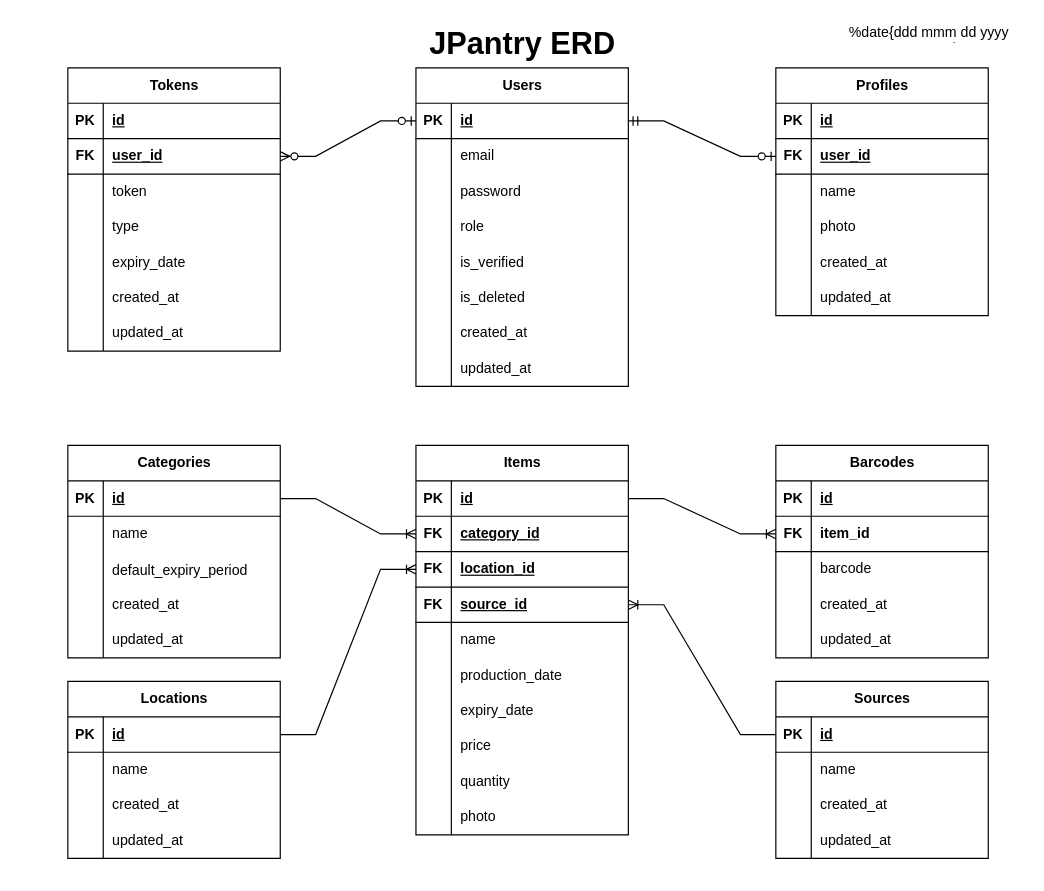
Before: docs/ERD.drawio in falansari/JPantry, a draw.io diagram. Source tidied: cells renumbered, new cells numbered last; positions are measured from the earlier drawing's top-left corner, leaving out a move shared by most shapes. Both pictures are drawn from the tidied source at 118%, with x=0, y=0 at pixel (20, 20).
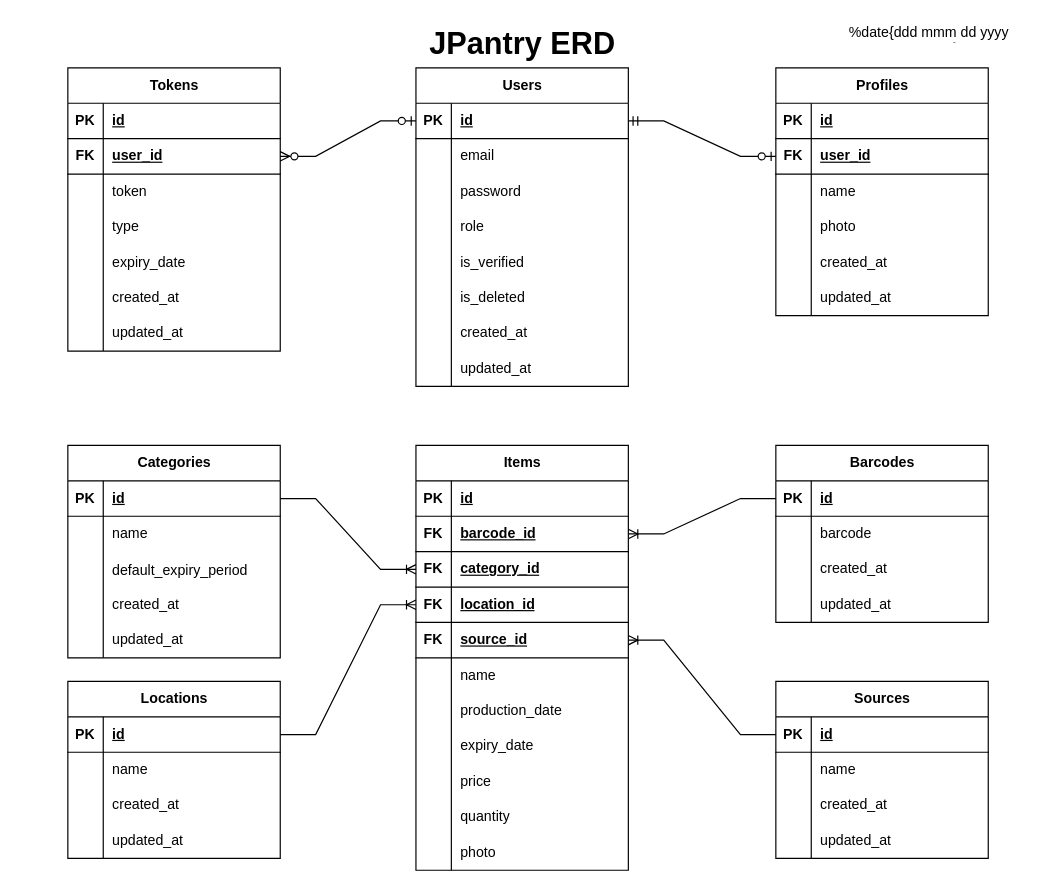
The same page after the edit.

Commit message (it also covers changes not shown here):
Created barcode model #8

Change to the diagram source:
```diff
@@
-    <mxCell id="102" value="Barcodes" style="shape=table;startSize=30;childLayout=tableLayout;rowLines=0;fontStyle=1;align=center;html=1;" parent="1" vertex="1">
-      <mxGeometry x="640" y="360" width="180" height="180" as="geometry" />
-    </mxCell>
-    <mxCell id="103" style="shape=tableRow;horizontal=0;startSize=0;swimlaneHead=0;swimlaneBody=0;fillColor=none;top=0;left=0;right=0;bottom=1;" parent="102" vertex="1">
-      <mxGeometry y="30" width="180" height="30" as="geometry" />
-    </mxCell>
-    <mxCell id="104" value="PK" style="shape=partialRectangle;fillColor=none;top=0;left=0;bottom=0;right=0;fontStyle=1;overflow=hidden;whiteSpace=wrap;html=1;" parent="103" vertex="1">
-      <mxGeometry width="30" height="30" as="geometry" />
-    </mxCell>
-    <mxCell id="105" value="id" style="shape=partialRectangle;fillColor=none;top=0;left=0;bottom=0;right=0;align=left;spacingLeft=6;fontStyle=5;overflow=hidden;whiteSpace=wrap;html=1;" parent="103" vertex="1">
-      <mxGeometry x="30" width="150" height="30" as="geometry" />
-    </mxCell>
-    <mxCell id="106" style="shape=tableRow;horizontal=0;startSize=0;swimlaneHead=0;swimlaneBody=0;fillColor=none;points=[[0,0.5],[1,0.5]];portConstraint=eastwest;top=0;left=0;right=0;bottom=0;" parent="102" vertex="1">
-      <mxGeometry y="60" width="180" height="30" as="geometry" />
-    </mxCell>
-    <mxCell id="107" value="FK" style="shape=partialRectangle;fillColor=none;top=0;left=0;bottom=1;right=0;fontStyle=1;overflow=hidden;whiteSpace=wrap;html=1;" parent="106" vertex="1">
-      <mxGeometry width="30" height="30" as="geometry" />
-    </mxCell>
-    <mxCell id="108" value="item_id" style="shape=partialRectangle;fillColor=none;top=0;left=0;bottom=1;right=0;align=left;spacingLeft=6;fontStyle=1;overflow=hidden;whiteSpace=wrap;html=1;" parent="106" vertex="1">
-      <mxGeometry x="30" width="150" height="30" as="geometry" />
-    </mxCell>
-    <mxCell id="109" style="shape=tableRow;horizontal=0;startSize=0;swimlaneHead=0;swimlaneBody=0;fillColor=none;top=0;left=0;right=0;bottom=0;" parent="102" vertex="1">
-      <mxGeometry y="90" width="180" height="30" as="geometry" />
-    </mxCell>
-    <mxCell id="110" style="shape=partialRectangle;fillColor=none;top=0;left=0;bottom=0;right=0;overflow=hidden;whiteSpace=wrap;html=1;" parent="109" vertex="1">
-      <mxGeometry width="30" height="30" as="geometry" />
-    </mxCell>
-    <mxCell id="111" value="barcode" style="shape=partialRectangle;fillColor=none;top=0;left=0;bottom=0;right=0;align=left;spacingLeft=6;overflow=hidden;whiteSpace=wrap;html=1;" parent="109" vertex="1">
-      <mxGeometry x="30" width="150" height="30" as="geometry" />
-    </mxCell>
-    <mxCell id="112" style="shape=tableRow;horizontal=0;startSize=0;swimlaneHead=0;swimlaneBody=0;fillColor=none;top=0;left=0;right=0;bottom=0;" parent="102" vertex="1">
-      <mxGeometry y="120" width="180" height="30" as="geometry" />
-    </mxCell>
-    <mxCell id="113" style="shape=partialRectangle;fillColor=none;top=0;left=0;bottom=0;right=0;overflow=hidden;whiteSpace=wrap;html=1;" parent="112" vertex="1">
-      <mxGeometry width="30" height="30" as="geometry" />
-    </mxCell>
-    <mxCell id="114" value="created_at" style="shape=partialRectangle;fillColor=none;top=0;left=0;bottom=0;right=0;align=left;spacingLeft=6;overflow=hidden;whiteSpace=wrap;html=1;" parent="112" vertex="1">
-      <mxGeometry x="30" width="150" height="30" as="geometry" />
-    </mxCell>
-    <mxCell id="115" style="shape=tableRow;horizontal=0;startSize=0;swimlaneHead=0;swimlaneBody=0;fillColor=none;top=0;left=0;right=0;bottom=0;" parent="102" vertex="1">
-      <mxGeometry y="150" width="180" height="30" as="geometry" />
-    </mxCell>
-    <mxCell id="116" style="shape=partialRectangle;fillColor=none;top=0;left=0;bottom=0;right=0;overflow=hidden;whiteSpace=wrap;html=1;" parent="115" vertex="1">
-      <mxGeometry width="30" height="30" as="geometry" />
-    </mxCell>
-    <mxCell id="117" value="updated_at" style="shape=partialRectangle;fillColor=none;top=0;left=0;bottom=0;right=0;align=left;spacingLeft=6;overflow=hidden;whiteSpace=wrap;html=1;" parent="115" vertex="1">
-      <mxGeometry x="30" width="150" height="30" as="geometry" />
-    </mxCell>
@@
     <mxCell id="134" value="Items" style="shape=table;startSize=30;childLayout=tableLayout;rowLines=0;fontStyle=1;align=center;html=1;" parent="1" vertex="1">
-      <mxGeometry x="335" y="360" width="180" height="330" as="geometry" />
+      <mxGeometry x="335" y="360" width="180" height="360" as="geometry" />
     </mxCell>
+    <mxCell id="171" style="shape=tableRow;horizontal=0;startSize=0;swimlaneHead=0;swimlaneBody=0;fillColor=none;top=0;left=0;right=0;bottom=1;" parent="134" vertex="1">
+      <mxGeometry y="30" width="180" height="30" as="geometry" />
+    </mxCell>
+    <mxCell id="172" value="PK" style="shape=partialRectangle;fillColor=none;top=0;left=0;bottom=0;right=0;fontStyle=1;overflow=hidden;whiteSpace=wrap;html=1;" parent="171" vertex="1">
+      <mxGeometry width="30" height="30" as="geometry" />
+    </mxCell>
+    <mxCell id="173" value="id" style="shape=partialRectangle;fillColor=none;top=0;left=0;bottom=0;right=0;align=left;spacingLeft=6;fontStyle=5;overflow=hidden;whiteSpace=wrap;html=1;" parent="171" vertex="1">
+      <mxGeometry x="30" width="150" height="30" as="geometry" />
+    </mxCell>
     <mxCell id="135" style="shape=tableRow;horizontal=0;startSize=0;swimlaneHead=0;swimlaneBody=0;fillColor=none;points=[[0,0.5],[1,0.5]];portConstraint=eastwest;top=0;left=0;right=0;bottom=1;" parent="134" vertex="1">
-      <mxGeometry y="30" width="180" height="30" as="geometry" />
+      <mxGeometry y="60" width="180" height="30" as="geometry" />
     </mxCell>
-    <mxCell id="136" value="PK" style="shape=partialRectangle;fillColor=none;top=0;left=0;bottom=0;right=0;fontStyle=1;overflow=hidden;whiteSpace=wrap;html=1;" parent="135" vertex="1">
+    <mxCell id="136" value="FK" style="shape=partialRectangle;fillColor=none;top=0;left=0;bottom=0;right=0;fontStyle=1;overflow=hidden;whiteSpace=wrap;html=1;" parent="135" vertex="1">
       <mxGeometry width="30" height="30" as="geometry" />
     </mxCell>
-    <mxCell id="137" value="id" style="shape=partialRectangle;fillColor=none;top=0;left=0;bottom=0;right=0;align=left;spacingLeft=6;fontStyle=5;overflow=hidden;whiteSpace=wrap;html=1;" parent="135" vertex="1">
+    <mxCell id="137" value="barcode_id" style="shape=partialRectangle;fillColor=none;top=0;left=0;bottom=0;right=0;align=left;spacingLeft=6;fontStyle=5;overflow=hidden;whiteSpace=wrap;html=1;" parent="135" vertex="1">
       <mxGeometry x="30" width="150" height="30" as="geometry" />
     </mxCell>
     <mxCell id="138" style="shape=tableRow;horizontal=0;startSize=0;swimlaneHead=0;swimlaneBody=0;fillColor=none;points=[[0,0.5],[1,0.5]];portConstraint=eastwest;top=0;left=0;right=0;bottom=1;" parent="134" vertex="1">
-      <mxGeometry y="60" width="180" height="30" as="geometry" />
+      <mxGeometry y="90" width="180" height="30" as="geometry" />
     </mxCell>
@@
     <mxCell id="141" style="shape=tableRow;horizontal=0;startSize=0;swimlaneHead=0;swimlaneBody=0;fillColor=none;points=[[0,0.5],[1,0.5]];portConstraint=eastwest;top=0;left=0;right=0;bottom=1;" parent="134" vertex="1">
-      <mxGeometry y="90" width="180" height="30" as="geometry" />
+      <mxGeometry y="120" width="180" height="30" as="geometry" />
     </mxCell>
@@
     <mxCell id="144" style="shape=tableRow;horizontal=0;startSize=0;swimlaneHead=0;swimlaneBody=0;fillColor=none;points=[[0,0.5],[1,0.5]];portConstraint=eastwest;top=0;left=0;right=0;bottom=1;" parent="134" vertex="1">
-      <mxGeometry y="120" width="180" height="30" as="geometry" />
+      <mxGeometry y="150" width="180" height="30" as="geometry" />
     </mxCell>
@@
     <mxCell id="147" style="shape=tableRow;horizontal=0;startSize=0;swimlaneHead=0;swimlaneBody=0;fillColor=none;top=0;left=0;right=0;bottom=0;" parent="134" vertex="1">
-      <mxGeometry y="150" width="180" height="30" as="geometry" />
+      <mxGeometry y="180" width="180" height="30" as="geometry" />
     </mxCell>
@@
     <mxCell id="150" style="shape=tableRow;horizontal=0;startSize=0;swimlaneHead=0;swimlaneBody=0;fillColor=none;top=0;left=0;right=0;bottom=0;" parent="134" vertex="1">
-      <mxGeometry y="180" width="180" height="30" as="geometry" />
+      <mxGeometry y="210" width="180" height="30" as="geometry" />
     </mxCell>
@@
     <mxCell id="153" style="shape=tableRow;horizontal=0;startSize=0;swimlaneHead=0;swimlaneBody=0;fillColor=none;top=0;left=0;right=0;bottom=0;" parent="134" vertex="1">
-      <mxGeometry y="210" width="180" height="30" as="geometry" />
+      <mxGeometry y="240" width="180" height="30" as="geometry" />
     </mxCell>
@@
     <mxCell id="156" style="shape=tableRow;horizontal=0;startSize=0;swimlaneHead=0;swimlaneBody=0;fillColor=none;top=0;left=0;right=0;bottom=0;" parent="134" vertex="1">
-      <mxGeometry y="240" width="180" height="30" as="geometry" />
+      <mxGeometry y="270" width="180" height="30" as="geometry" />
     </mxCell>
@@
     <mxCell id="159" style="shape=tableRow;horizontal=0;startSize=0;swimlaneHead=0;swimlaneBody=0;fillColor=none;top=0;left=0;right=0;bottom=0;" parent="134" vertex="1">
-      <mxGeometry y="270" width="180" height="30" as="geometry" />
+      <mxGeometry y="300" width="180" height="30" as="geometry" />
     </mxCell>
@@
     <mxCell id="162" style="shape=tableRow;horizontal=0;startSize=0;swimlaneHead=0;swimlaneBody=0;fillColor=none;top=0;left=0;right=0;bottom=0;" parent="134" vertex="1">
-      <mxGeometry y="300" width="180" height="30" as="geometry" />
+      <mxGeometry y="330" width="180" height="30" as="geometry" />
     </mxCell>
@@
-    <mxCell id="170" style="edgeStyle=entityRelationEdgeStyle;fontSize=12;html=1;endArrow=ERoneToMany;rounded=0;" parent="1" edge="1" source="135" target="106">
+    <mxCell id="170" style="edgeStyle=entityRelationEdgeStyle;fontSize=12;html=1;endArrow=ERoneToMany;rounded=0;" parent="1" edge="1" source="174" target="135">
       <mxGeometry relative="1" as="geometry" />
     </mxCell>
+    <mxCell id="102" value="Barcodes" style="shape=table;startSize=30;childLayout=tableLayout;rowLines=0;fontStyle=1;align=center;html=1;" parent="1" vertex="1">
+      <mxGeometry x="640" y="360" width="180" height="150" as="geometry" />
+    </mxCell>
+    <mxCell id="174" style="shape=tableRow;horizontal=0;startSize=0;swimlaneHead=0;swimlaneBody=0;fillColor=none;points=[[0,0.5],[1,0.5]];portConstraint=eastwest;top=0;left=0;right=0;bottom=1;" parent="102" vertex="1">
+      <mxGeometry y="30" width="180" height="30" as="geometry" />
+    </mxCell>
+    <mxCell id="175" value="PK" style="shape=partialRectangle;fillColor=none;top=0;left=0;bottom=0;right=0;fontStyle=1;overflow=hidden;whiteSpace=wrap;html=1;" parent="174" vertex="1">
+      <mxGeometry width="30" height="30" as="geometry" />
+    </mxCell>
+    <mxCell id="176" value="id" style="shape=partialRectangle;fillColor=none;top=0;left=0;bottom=0;right=0;align=left;spacingLeft=6;fontStyle=5;overflow=hidden;whiteSpace=wrap;html=1;" parent="174" vertex="1">
+      <mxGeometry x="30" width="150" height="30" as="geometry" />
+    </mxCell>
+    <mxCell id="106" style="shape=tableRow;horizontal=0;startSize=0;swimlaneHead=0;swimlaneBody=0;fillColor=none;points=[[0,0.5],[1,0.5]];portConstraint=eastwest;top=0;left=0;right=0;bottom=0;" parent="102" vertex="1">
+      <mxGeometry y="60" width="180" height="30" as="geometry" />
+    </mxCell>
+    <mxCell id="177" style="shape=partialRectangle;fillColor=none;top=0;left=0;bottom=0;right=0;overflow=hidden;whiteSpace=wrap;html=1;" parent="106" vertex="1">
+      <mxGeometry width="30" height="30" as="geometry" />
+    </mxCell>
+    <mxCell id="111" value="barcode" style="shape=partialRectangle;fillColor=none;top=0;left=0;bottom=0;right=0;align=left;spacingLeft=6;overflow=hidden;whiteSpace=wrap;html=1;" parent="106" vertex="1">
+      <mxGeometry x="30" width="150" height="30" as="geometry" />
+    </mxCell>
+    <mxCell id="109" style="shape=tableRow;horizontal=0;startSize=0;swimlaneHead=0;swimlaneBody=0;fillColor=none;top=0;left=0;right=0;bottom=0;" parent="102" vertex="1">
+      <mxGeometry y="90" width="180" height="30" as="geometry" />
+    </mxCell>
+    <mxCell id="178" style="shape=partialRectangle;fillColor=none;top=0;left=0;bottom=0;right=0;overflow=hidden;whiteSpace=wrap;html=1;" parent="109" vertex="1">
+      <mxGeometry width="30" height="30" as="geometry" />
+    </mxCell>
+    <mxCell id="114" value="created_at" style="shape=partialRectangle;fillColor=none;top=0;left=0;bottom=0;right=0;align=left;spacingLeft=6;overflow=hidden;whiteSpace=wrap;html=1;" parent="109" vertex="1">
+      <mxGeometry x="30" width="150" height="30" as="geometry" />
+    </mxCell>
+    <mxCell id="112" style="shape=tableRow;horizontal=0;startSize=0;swimlaneHead=0;swimlaneBody=0;fillColor=none;top=0;left=0;right=0;bottom=0;" parent="102" vertex="1">
+      <mxGeometry y="120" width="180" height="30" as="geometry" />
+    </mxCell>
+    <mxCell id="179" style="shape=partialRectangle;fillColor=none;top=0;left=0;bottom=0;right=0;overflow=hidden;whiteSpace=wrap;html=1;" parent="112" vertex="1">
+      <mxGeometry width="30" height="30" as="geometry" />
+    </mxCell>
+    <mxCell id="117" value="updated_at" style="shape=partialRectangle;fillColor=none;top=0;left=0;bottom=0;right=0;align=left;spacingLeft=6;overflow=hidden;whiteSpace=wrap;html=1;" parent="112" vertex="1">
+      <mxGeometry x="30" width="150" height="30" as="geometry" />
+    </mxCell>
```
